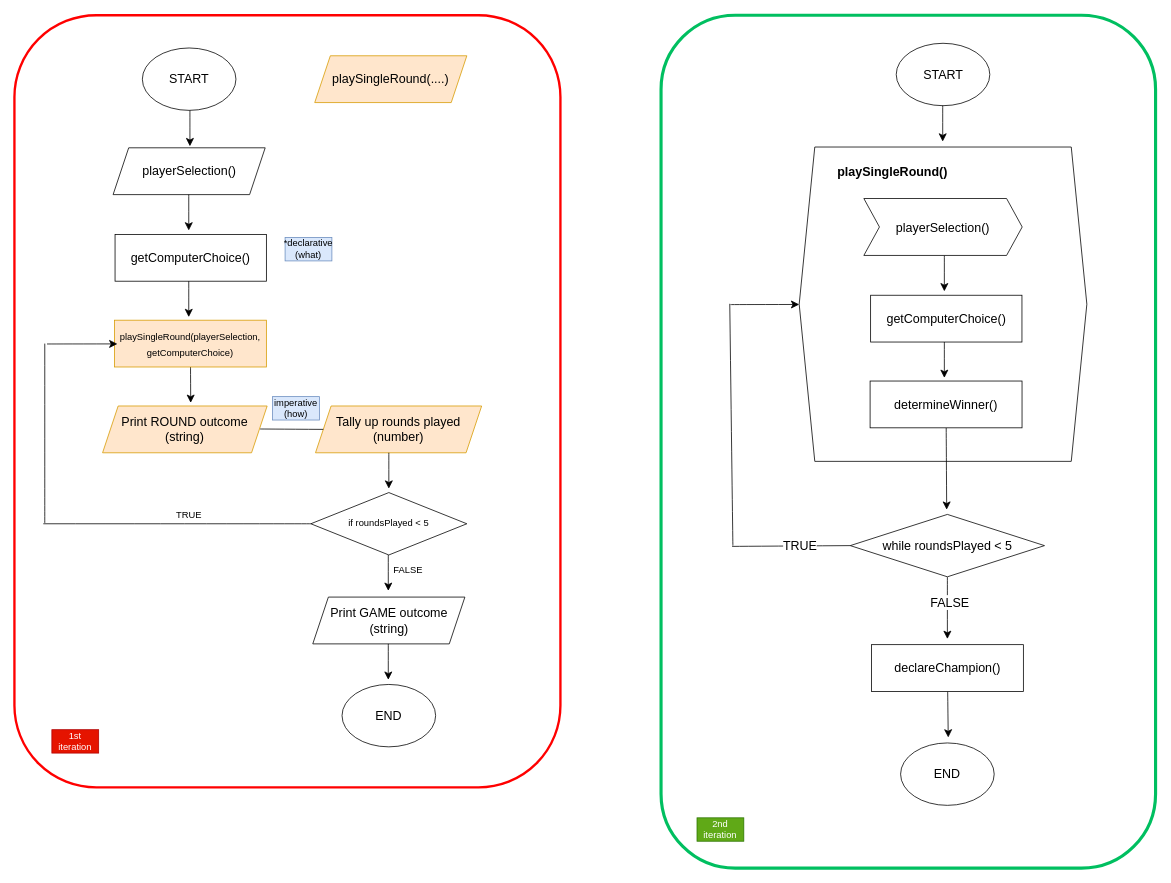
Before: flowchart.drawio in d1anas0/Rock-Paper-Scissors, a draw.io diagram. Source tidied: cells renumbered, new cells numbered last; positions are measured from the earlier drawing's top-left corner, leaving out a move shared by most shapes. Both pictures are drawn from the tidied source at 78%, with x=0, y=0 at pixel (14, 15).
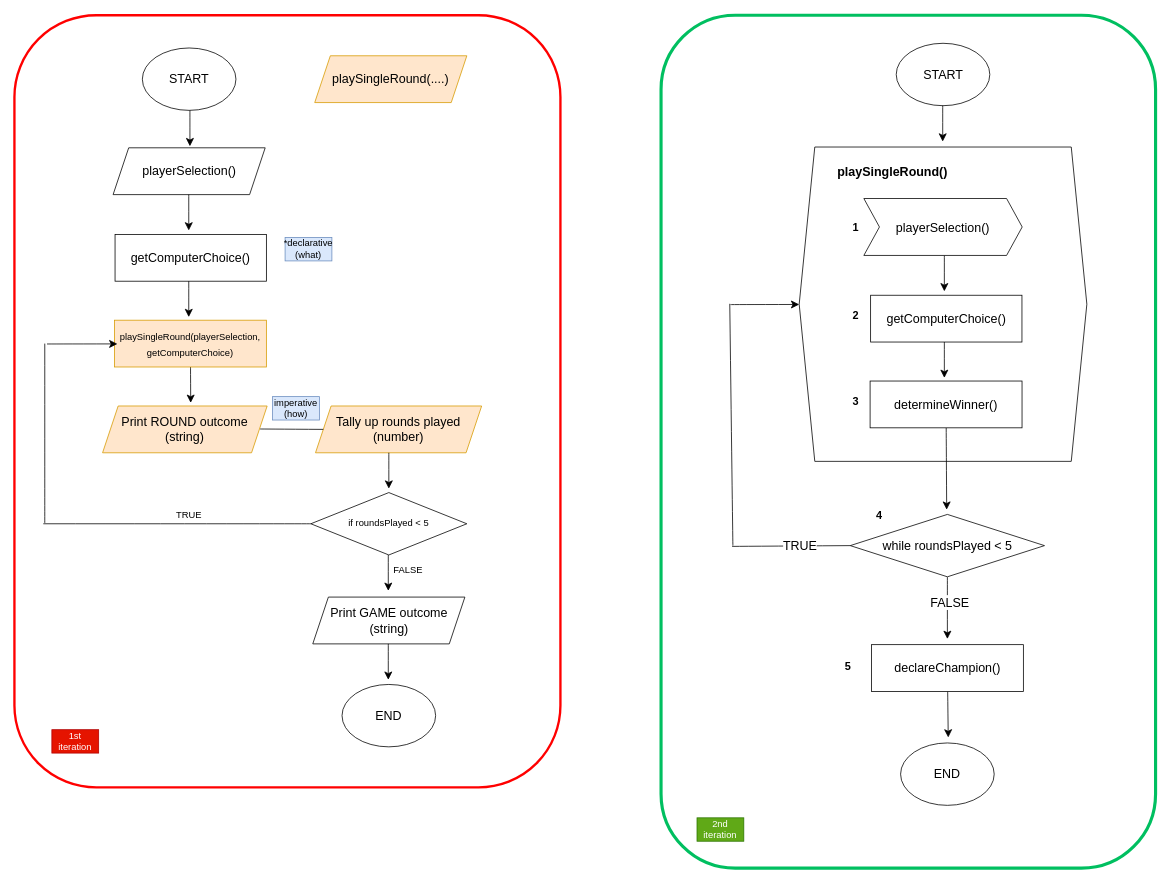
The same page after the edit.

Commit message:
add to implementation plan (order of 'tasks' to complete)

The change refers to these unchanged cells:
```xml
<mxCell id="26" style="group;" parent="1" vertex="1">
  <mxGeometry x="917.1" y="36" width="457.8" height="977" as="geometry" />
</mxCell>
```

Diff of the diagram source:
```diff
@@
+    <mxCell id="55" value="&lt;font style=&quot;font-size: 14px;&quot;&gt;&lt;b&gt;1&lt;/b&gt;&lt;/font&gt;" style="text;strokeColor=none;align=center;fillColor=none;html=1;verticalAlign=middle;whiteSpace=wrap;rounded=0;" parent="26" vertex="1">
+      <mxGeometry x="132" y="220.5" width="60" height="30" as="geometry" />
+    </mxCell>
+    <mxCell id="56" value="&lt;font style=&quot;font-size: 14px;&quot;&gt;&lt;b&gt;2&lt;/b&gt;&lt;/font&gt;" style="text;strokeColor=none;align=center;fillColor=none;html=1;verticalAlign=middle;whiteSpace=wrap;rounded=0;" parent="26" vertex="1">
+      <mxGeometry x="132" y="334" width="60" height="30" as="geometry" />
+    </mxCell>
+    <mxCell id="57" value="&lt;font style=&quot;font-size: 14px;&quot;&gt;&lt;b&gt;3&lt;/b&gt;&lt;/font&gt;" style="text;strokeColor=none;align=center;fillColor=none;html=1;verticalAlign=middle;whiteSpace=wrap;rounded=0;" parent="26" vertex="1">
+      <mxGeometry x="132" y="444" width="60" height="30" as="geometry" />
+    </mxCell>
@@
+    <mxCell id="58" value="&lt;font style=&quot;font-size: 14px;&quot;&gt;&lt;b&gt;4&lt;/b&gt;&lt;/font&gt;" style="text;strokeColor=none;align=center;fillColor=none;html=1;verticalAlign=middle;whiteSpace=wrap;rounded=0;" parent="1" vertex="1">
+      <mxGeometry x="1079" y="626" width="60" height="30" as="geometry" />
+    </mxCell>
+    <mxCell id="59" value="&lt;font style=&quot;font-size: 14px;&quot;&gt;&lt;b&gt;5&lt;/b&gt;&lt;/font&gt;" style="text;strokeColor=none;align=center;fillColor=none;html=1;verticalAlign=middle;whiteSpace=wrap;rounded=0;" parent="1" vertex="1">
+      <mxGeometry x="1039" y="820" width="60" height="30" as="geometry" />
+    </mxCell>
```
